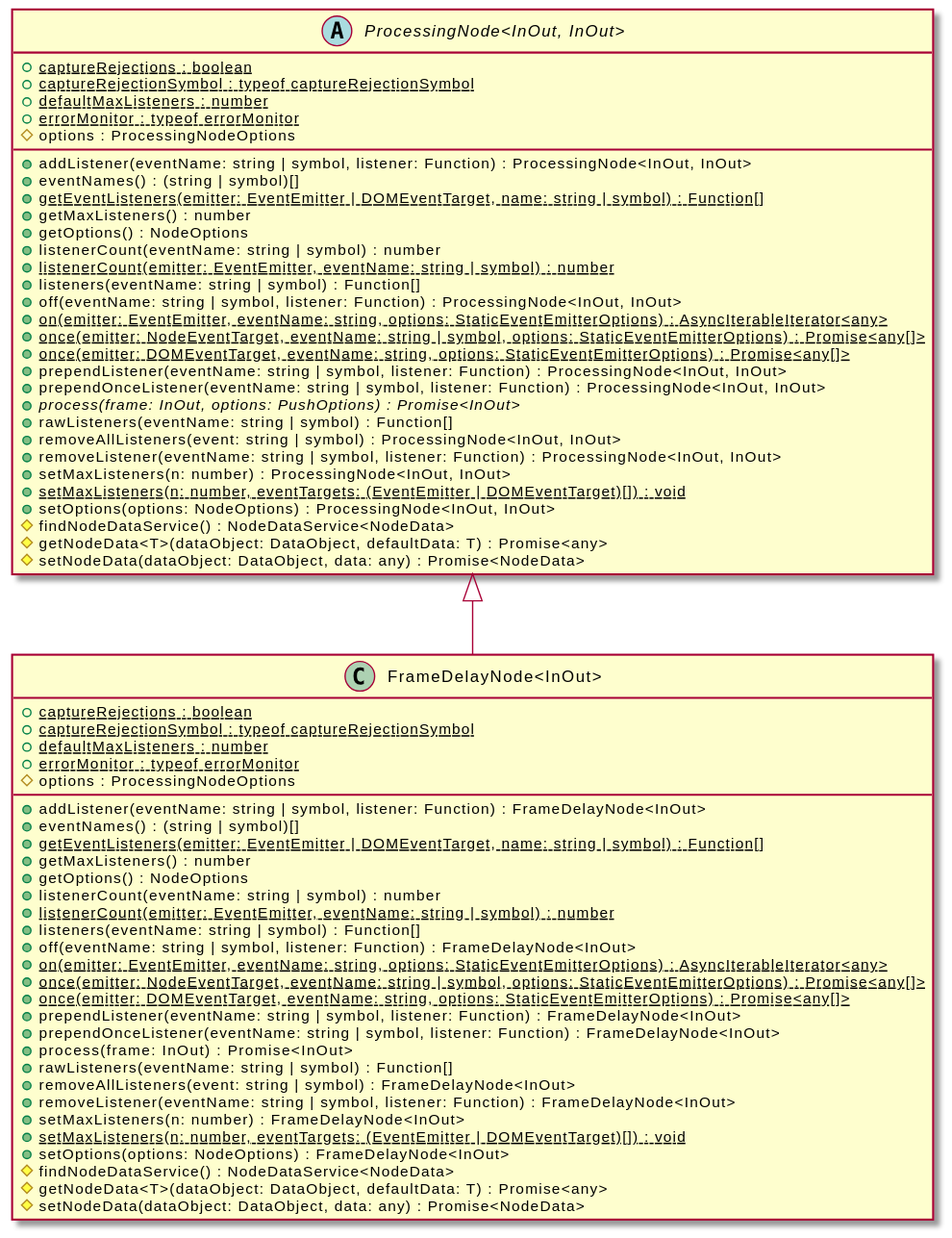
Before: assets/FrameDelayNode-umlClassDiagram-12047.svg, a diagram exported from PlantUML (OpenHPS/openhps-core).
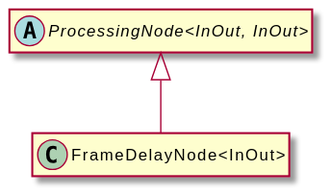
After the commit.

Diff of the diagram source:
```diff
@@ -3,66 +3,8 @@
 hide empty methods
 hide empty fields
 class "FrameDelayNode<InOut>" {
-    {static} +captureRejections : boolean
-    {static} +captureRejectionSymbol : typeof captureRejectionSymbol
-    {static} +defaultMaxListeners : number
-    {static} +errorMonitor : typeof errorMonitor
-    #options : ProcessingNodeOptions
-    +addListener(eventName: string | symbol, listener: Function) : FrameDelayNode<InOut>
-    +eventNames() : (string | symbol)[]
-    {static} +getEventListeners(emitter: EventEmitter | DOMEventTarget, name: string | symbol) : Function[]
-    +getMaxListeners() : number
-    +getOptions() : NodeOptions
-    +listenerCount(eventName: string | symbol) : number
-    {static} +listenerCount(emitter: EventEmitter, eventName: string | symbol) : number
-    +listeners(eventName: string | symbol) : Function[]
-    +off(eventName: string | symbol, listener: Function) : FrameDelayNode<InOut>
-    {static} +on(emitter: EventEmitter, eventName: string, options: StaticEventEmitterOptions) : AsyncIterableIterator<any>
-    {static} +once(emitter: NodeEventTarget, eventName: string | symbol, options: StaticEventEmitterOptions) : Promise<any[]>
-    {static} +once(emitter: DOMEventTarget, eventName: string, options: StaticEventEmitterOptions) : Promise<any[]>
-    +prependListener(eventName: string | symbol, listener: Function) : FrameDelayNode<InOut>
-    +prependOnceListener(eventName: string | symbol, listener: Function) : FrameDelayNode<InOut>
-    +process(frame: InOut) : Promise<InOut>
-    +rawListeners(eventName: string | symbol) : Function[]
-    +removeAllListeners(event: string | symbol) : FrameDelayNode<InOut>
-    +removeListener(eventName: string | symbol, listener: Function) : FrameDelayNode<InOut>
-    +setMaxListeners(n: number) : FrameDelayNode<InOut>
-    {static} +setMaxListeners(n: number, eventTargets: (EventEmitter | DOMEventTarget)[]) : void
-    +setOptions(options: NodeOptions) : FrameDelayNode<InOut>
-    #findNodeDataService() : NodeDataService<NodeData>
-    #getNodeData<T>(dataObject: DataObject, defaultData: T) : Promise<any>
-    #setNodeData(dataObject: DataObject, data: any) : Promise<NodeData>
 }
 abstract class "ProcessingNode<InOut, InOut>" {
-    {static} +captureRejections : boolean
-    {static} +captureRejectionSymbol : typeof captureRejectionSymbol
-    {static} +defaultMaxListeners : number
-    {static} +errorMonitor : typeof errorMonitor
-    #options : ProcessingNodeOptions
-    +addListener(eventName: string | symbol, listener: Function) : ProcessingNode<InOut, InOut>
-    +eventNames() : (string | symbol)[]
-    {static} +getEventListeners(emitter: EventEmitter | DOMEventTarget, name: string | symbol) : Function[]
-    +getMaxListeners() : number
-    +getOptions() : NodeOptions
-    +listenerCount(eventName: string | symbol) : number
-    {static} +listenerCount(emitter: EventEmitter, eventName: string | symbol) : number
-    +listeners(eventName: string | symbol) : Function[]
-    +off(eventName: string | symbol, listener: Function) : ProcessingNode<InOut, InOut>
-    {static} +on(emitter: EventEmitter, eventName: string, options: StaticEventEmitterOptions) : AsyncIterableIterator<any>
-    {static} +once(emitter: NodeEventTarget, eventName: string | symbol, options: StaticEventEmitterOptions) : Promise<any[]>
-    {static} +once(emitter: DOMEventTarget, eventName: string, options: StaticEventEmitterOptions) : Promise<any[]>
-    +prependListener(eventName: string | symbol, listener: Function) : ProcessingNode<InOut, InOut>
-    +prependOnceListener(eventName: string | symbol, listener: Function) : ProcessingNode<InOut, InOut>
-    {abstract} +process(frame: InOut, options: PushOptions) : Promise<InOut>
-    +rawListeners(eventName: string | symbol) : Function[]
-    +removeAllListeners(event: string | symbol) : ProcessingNode<InOut, InOut>
-    +removeListener(eventName: string | symbol, listener: Function) : ProcessingNode<InOut, InOut>
-    +setMaxListeners(n: number) : ProcessingNode<InOut, InOut>
-    {static} +setMaxListeners(n: number, eventTargets: (EventEmitter | DOMEventTarget)[]) : void
-    +setOptions(options: NodeOptions) : ProcessingNode<InOut, InOut>
-    #findNodeDataService() : NodeDataService<NodeData>
-    #getNodeData<T>(dataObject: DataObject, defaultData: T) : Promise<any>
-    #setNodeData(dataObject: DataObject, data: any) : Promise<NodeData>
 }
 "ProcessingNode<InOut, InOut>" <|-- "FrameDelayNode<InOut>"
 @enduml
```
